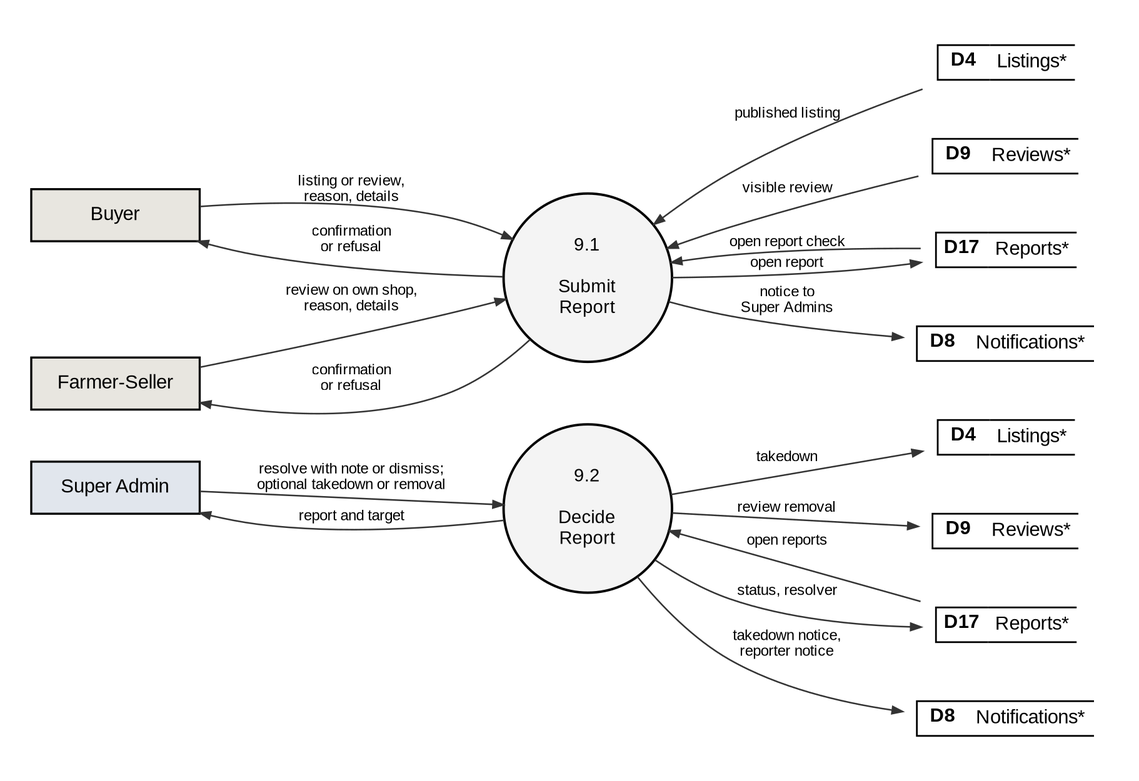
shawncastaneda11-commits/anihow-backend keeps this Graphviz diagram as docs/manuscript/figures/fig6_2_9_dfd_level2.png. Above is the earlier version. Its source is kept beside it as docs/manuscript/figures/src/fig6_2_9_dfd_level2.dot.
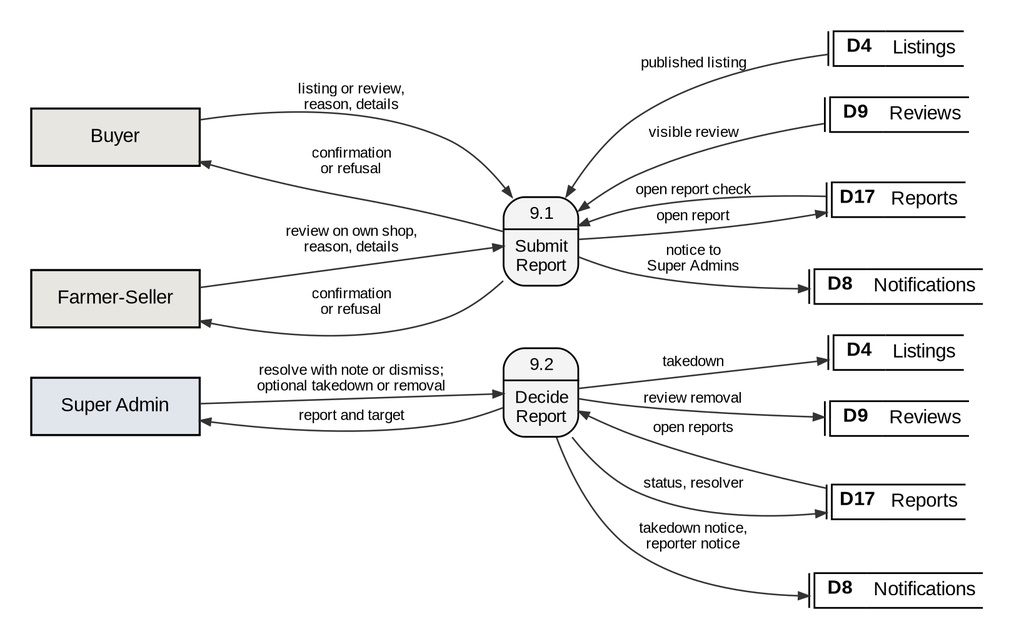
The same diagram one commit later.

What changed in the source:
```diff
@@ -2,19 +2,19 @@
   graph [rankdir=LR, nodesep=0.25, ranksep=0.9, pad=0.25, fontname="Liberation Sans", newrank=true];
   node  [fontname="Liberation Sans", fontsize=11];
   edge  [penwidth=0.9, arrowsize=0.6, color="#333333", fontname="Liberation Sans", fontsize=8.5];
-  q9a [shape=circle, style=filled, fillcolor="#F4F4F4", penwidth=1.4, fixedsize=true, width=1.35, fontsize=10.5, label="9.1\n\nSubmit\nReport"];
-  by_q9a [shape=box, style=filled, fillcolor="#E8E6E0", penwidth=1.2, width=1.35, height=0.42, label="Buyer"];
-  fs_q9a [shape=box, style=filled, fillcolor="#E8E6E0", penwidth=1.2, width=1.35, height=0.42, label="Farmer-Seller"];
-  D4_q9a [shape=plaintext, label=<<TABLE BORDER="0" CELLBORDER="1" CELLSPACING="0" CELLPADDING="3"><TR><TD SIDES="TBL" WIDTH="30"><B>D4</B></TD><TD SIDES="TB" ALIGN="LEFT">Listings*</TD></TR></TABLE>>];
-  D9_q9a [shape=plaintext, label=<<TABLE BORDER="0" CELLBORDER="1" CELLSPACING="0" CELLPADDING="3"><TR><TD SIDES="TBL" WIDTH="30"><B>D9</B></TD><TD SIDES="TB" ALIGN="LEFT">Reviews*</TD></TR></TABLE>>];
-  D17_q9a [shape=plaintext, label=<<TABLE BORDER="0" CELLBORDER="1" CELLSPACING="0" CELLPADDING="3"><TR><TD SIDES="TBL" WIDTH="30"><B>D17</B></TD><TD SIDES="TB" ALIGN="LEFT">Reports*</TD></TR></TABLE>>];
-  D8_q9a [shape=plaintext, label=<<TABLE BORDER="0" CELLBORDER="1" CELLSPACING="0" CELLPADDING="3"><TR><TD SIDES="TBL" WIDTH="30"><B>D8</B></TD><TD SIDES="TB" ALIGN="LEFT">Notifications*</TD></TR></TABLE>>];
-  q9b [shape=circle, style=filled, fillcolor="#F4F4F4", penwidth=1.4, fixedsize=true, width=1.35, fontsize=10.5, label="9.2\n\nDecide\nReport"];
-  D4_q9b [shape=plaintext, label=<<TABLE BORDER="0" CELLBORDER="1" CELLSPACING="0" CELLPADDING="3"><TR><TD SIDES="TBL" WIDTH="30"><B>D4</B></TD><TD SIDES="TB" ALIGN="LEFT">Listings*</TD></TR></TABLE>>];
-  D9_q9b [shape=plaintext, label=<<TABLE BORDER="0" CELLBORDER="1" CELLSPACING="0" CELLPADDING="3"><TR><TD SIDES="TBL" WIDTH="30"><B>D9</B></TD><TD SIDES="TB" ALIGN="LEFT">Reviews*</TD></TR></TABLE>>];
-  D17_q9b [shape=plaintext, label=<<TABLE BORDER="0" CELLBORDER="1" CELLSPACING="0" CELLPADDING="3"><TR><TD SIDES="TBL" WIDTH="30"><B>D17</B></TD><TD SIDES="TB" ALIGN="LEFT">Reports*</TD></TR></TABLE>>];
-  D8_q9b [shape=plaintext, label=<<TABLE BORDER="0" CELLBORDER="1" CELLSPACING="0" CELLPADDING="3"><TR><TD SIDES="TBL" WIDTH="30"><B>D8</B></TD><TD SIDES="TB" ALIGN="LEFT">Notifications*</TD></TR></TABLE>>];
-  sa_q9b [shape=box, style=filled, fillcolor="#E1E6ED", penwidth=1.2, width=1.35, height=0.42, label="Super Admin"];
+  q9a [shape=plaintext, margin=0, width=0, height=0, label=<<TABLE STYLE="ROUNDED" BORDER="1" CELLBORDER="0" CELLSPACING="0" CELLPADDING="3" BGCOLOR="#F4F4F4"><TR><TD><FONT POINT-SIZE="10.5">9.1</FONT></TD></TR><HR/><TR><TD CELLPADDING="5"><FONT POINT-SIZE="10.5">Submit<BR/>Report</FONT></TD></TR></TABLE>>];
+  by_q9a [shape=box, style=filled, fillcolor="#E8E6E0", penwidth=1.2, width=1.35, height=0.46, label="Buyer"];
+  fs_q9a [shape=box, style=filled, fillcolor="#E8E6E0", penwidth=1.2, width=1.35, height=0.46, label="Farmer-Seller"];
+  D4_q9a [shape=plaintext, margin=0, width=0, height=0, label=<<TABLE BORDER="0" CELLBORDER="1" CELLSPACING="0" CELLPADDING="3"><TR><TD SIDES="L" WIDTH="3" CELLPADDING="0"></TD><TD SIDES="TBL" WIDTH="30"><B>D4</B></TD><TD SIDES="TB" ALIGN="LEFT">Listings</TD></TR></TABLE>>];
+  D9_q9a [shape=plaintext, margin=0, width=0, height=0, label=<<TABLE BORDER="0" CELLBORDER="1" CELLSPACING="0" CELLPADDING="3"><TR><TD SIDES="L" WIDTH="3" CELLPADDING="0"></TD><TD SIDES="TBL" WIDTH="30"><B>D9</B></TD><TD SIDES="TB" ALIGN="LEFT">Reviews</TD></TR></TABLE>>];
+  D17_q9a [shape=plaintext, margin=0, width=0, height=0, label=<<TABLE BORDER="0" CELLBORDER="1" CELLSPACING="0" CELLPADDING="3"><TR><TD SIDES="L" WIDTH="3" CELLPADDING="0"></TD><TD SIDES="TBL" WIDTH="30"><B>D17</B></TD><TD SIDES="TB" ALIGN="LEFT">Reports</TD></TR></TABLE>>];
+  D8_q9a [shape=plaintext, margin=0, width=0, height=0, label=<<TABLE BORDER="0" CELLBORDER="1" CELLSPACING="0" CELLPADDING="3"><TR><TD SIDES="L" WIDTH="3" CELLPADDING="0"></TD><TD SIDES="TBL" WIDTH="30"><B>D8</B></TD><TD SIDES="TB" ALIGN="LEFT">Notifications</TD></TR></TABLE>>];
+  q9b [shape=plaintext, margin=0, width=0, height=0, label=<<TABLE STYLE="ROUNDED" BORDER="1" CELLBORDER="0" CELLSPACING="0" CELLPADDING="3" BGCOLOR="#F4F4F4"><TR><TD><FONT POINT-SIZE="10.5">9.2</FONT></TD></TR><HR/><TR><TD CELLPADDING="5"><FONT POINT-SIZE="10.5">Decide<BR/>Report</FONT></TD></TR></TABLE>>];
+  D4_q9b [shape=plaintext, margin=0, width=0, height=0, label=<<TABLE BORDER="0" CELLBORDER="1" CELLSPACING="0" CELLPADDING="3"><TR><TD SIDES="L" WIDTH="3" CELLPADDING="0"></TD><TD SIDES="TBL" WIDTH="30"><B>D4</B></TD><TD SIDES="TB" ALIGN="LEFT">Listings</TD></TR></TABLE>>];
+  D9_q9b [shape=plaintext, margin=0, width=0, height=0, label=<<TABLE BORDER="0" CELLBORDER="1" CELLSPACING="0" CELLPADDING="3"><TR><TD SIDES="L" WIDTH="3" CELLPADDING="0"></TD><TD SIDES="TBL" WIDTH="30"><B>D9</B></TD><TD SIDES="TB" ALIGN="LEFT">Reviews</TD></TR></TABLE>>];
+  D17_q9b [shape=plaintext, margin=0, width=0, height=0, label=<<TABLE BORDER="0" CELLBORDER="1" CELLSPACING="0" CELLPADDING="3"><TR><TD SIDES="L" WIDTH="3" CELLPADDING="0"></TD><TD SIDES="TBL" WIDTH="30"><B>D17</B></TD><TD SIDES="TB" ALIGN="LEFT">Reports</TD></TR></TABLE>>];
+  D8_q9b [shape=plaintext, margin=0, width=0, height=0, label=<<TABLE BORDER="0" CELLBORDER="1" CELLSPACING="0" CELLPADDING="3"><TR><TD SIDES="L" WIDTH="3" CELLPADDING="0"></TD><TD SIDES="TBL" WIDTH="30"><B>D8</B></TD><TD SIDES="TB" ALIGN="LEFT">Notifications</TD></TR></TABLE>>];
+  sa_q9b [shape=box, style=filled, fillcolor="#E1E6ED", penwidth=1.2, width=1.35, height=0.46, label="Super Admin"];
   by_q9a -> q9a [label="listing or review,\nreason, details"];
   fs_q9a -> q9a [label="review on own shop,\nreason, details"];
   q9a -> D4_q9a [label="published listing", dir=back];
```
